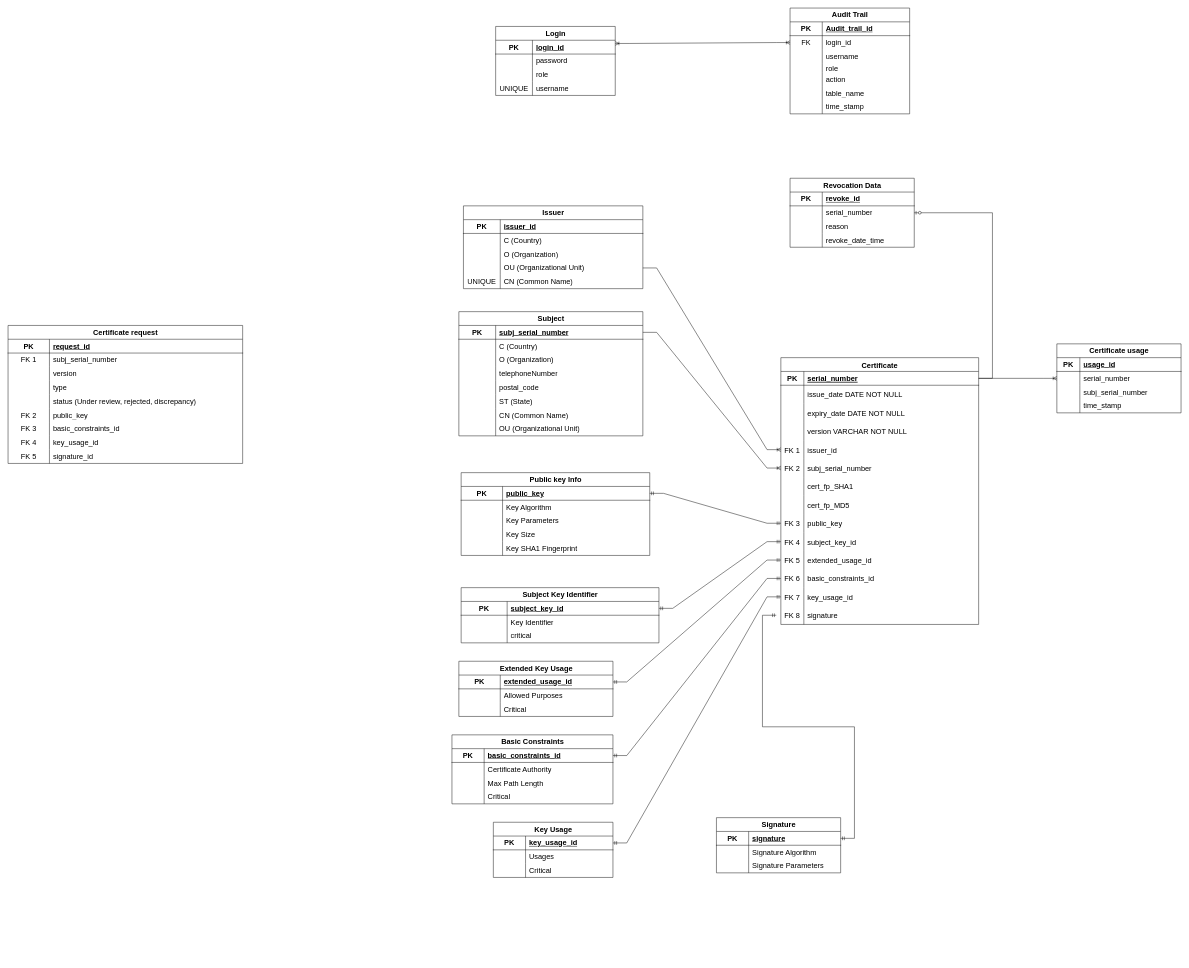
Above: Untitled Diagram.drawio in mimoneysh/DB_Design (draw.io), before the change. Source tidied: cells renumbered, new cells numbered last; positions are measured from the earlier drawing's top-left corner, leaving out a move shared by most shapes. Both pictures are drawn from the tidied source at 46%, with x=0, y=0 at pixel (8, 8).
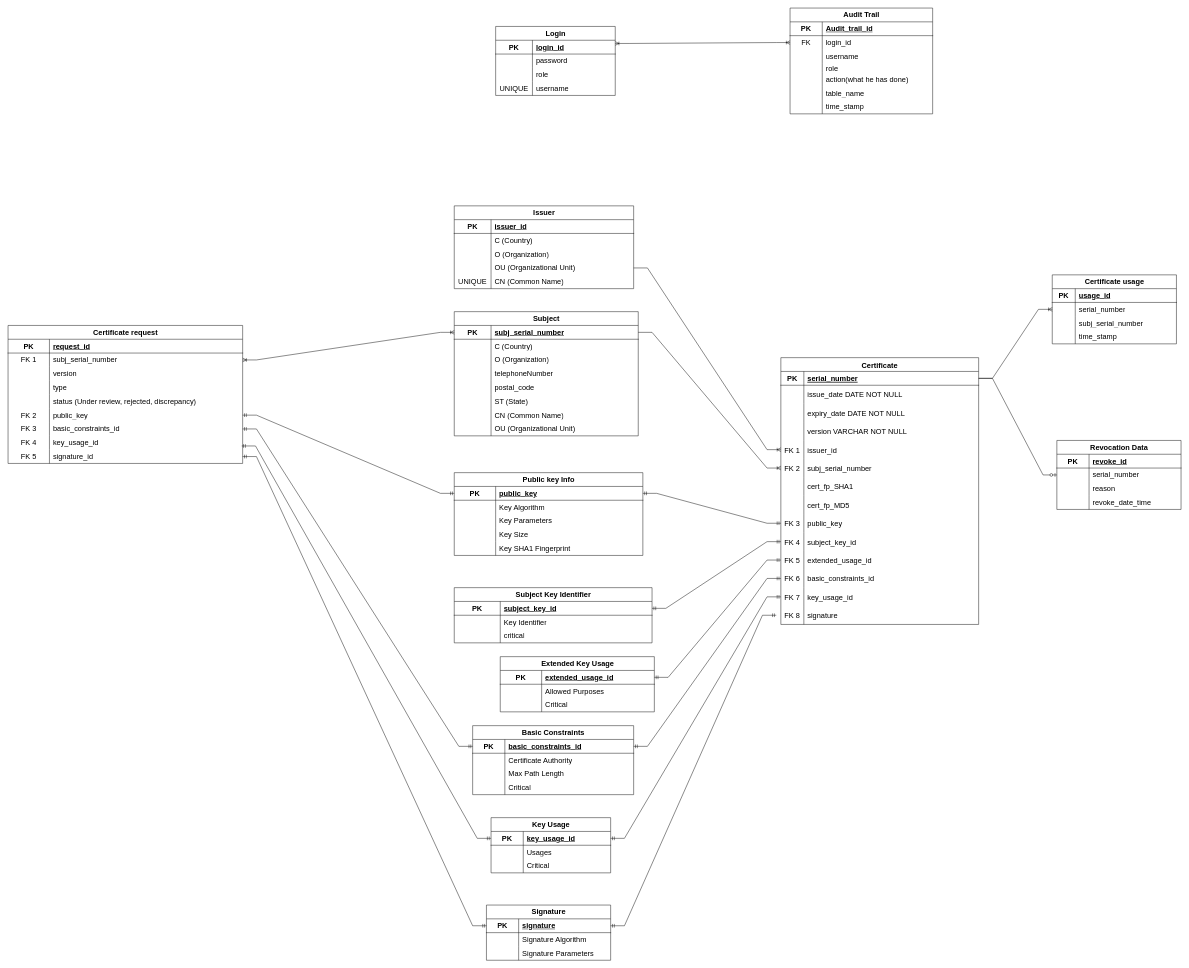
After the change.

Unchanged cells that the change refers to:
```xml
<mxCell id="3" style="shape=partialRectangle;fillColor=none;points=[[0,0.5],[1,0.5]];portConstraint=eastwest;top=0;left=0;right=0;bottom=1;fontSize=16;" parent="2" vertex="1">
  <mxGeometry y="30" width="430" height="30" as="geometry" />
</mxCell>
<mxCell id="46" style="shape=tableRow;horizontal=0;startSize=0;swimlaneHead=0;swimlaneBody=0;fillColor=none;points=[[0,0.5],[1,0.5]];portConstraint=eastwest;top=0;left=0;right=0;bottom=1;fontSize=16;" parent="45" vertex="1">
  <mxGeometry y="30" width="400" height="30" as="geometry" />
</mxCell>
<mxCell id="87" style="shape=tableRow;horizontal=0;startSize=0;swimlaneHead=0;swimlaneBody=0;fillColor=none;points=[[0,0.5],[1,0.5]];portConstraint=eastwest;top=0;left=0;right=0;bottom=1;fontSize=16;" parent="86" vertex="1">
  <mxGeometry y="30" width="410" height="30" as="geometry" />
</mxCell>
<mxCell id="113" style="shape=tableRow;horizontal=0;startSize=0;swimlaneHead=0;swimlaneBody=0;fillColor=none;points=[[0,0.5],[1,0.5]];portConstraint=eastwest;top=0;left=0;right=0;bottom=1;fontSize=16;" parent="112" vertex="1">
  <mxGeometry y="30" width="350" height="30" as="geometry" />
</mxCell>
<mxCell id="136" style="shape=tableRow;horizontal=0;startSize=0;swimlaneHead=0;swimlaneBody=0;fillColor=none;points=[[0,0.5],[1,0.5]];portConstraint=eastwest;top=0;left=0;right=0;bottom=1;fontSize=16;" parent="135" vertex="1">
  <mxGeometry y="30" width="260" height="30" as="geometry" />
</mxCell>
<mxCell id="146" style="shape=tableRow;horizontal=0;startSize=0;swimlaneHead=0;swimlaneBody=0;fillColor=none;points=[[0,0.5],[1,0.5]];portConstraint=eastwest;top=0;left=0;right=0;bottom=1;fontSize=16;" parent="145" vertex="1">
  <mxGeometry y="30" width="270" height="30" as="geometry" />
</mxCell>
<mxCell id="159" style="shape=tableRow;horizontal=0;startSize=0;swimlaneHead=0;swimlaneBody=0;fillColor=none;points=[[0,0.5],[1,0.5]];portConstraint=eastwest;top=0;left=0;right=0;bottom=0;fontSize=16;" parent="155" vertex="1">
  <mxGeometry y="60" width="510" height="30" as="geometry" />
</mxCell>
<mxCell id="171" style="shape=tableRow;horizontal=0;startSize=0;swimlaneHead=0;swimlaneBody=0;fillColor=none;points=[[0,0.5],[1,0.5]];portConstraint=eastwest;top=0;left=0;right=0;bottom=0;fontSize=16;" parent="155" vertex="1">
  <mxGeometry y="180" width="510" height="30" as="geometry" />
</mxCell>
<mxCell id="174" style="shape=tableRow;horizontal=0;startSize=0;swimlaneHead=0;swimlaneBody=0;fillColor=none;points=[[0,0.5],[1,0.5]];portConstraint=eastwest;top=0;left=0;right=0;bottom=0;fontSize=16;" parent="155" vertex="1">
  <mxGeometry y="210" width="510" height="30" as="geometry" />
</mxCell>
<mxCell id="177" style="shape=tableRow;horizontal=0;startSize=0;swimlaneHead=0;swimlaneBody=0;fillColor=none;points=[[0,0.5],[1,0.5]];portConstraint=eastwest;top=0;left=0;right=0;bottom=0;fontSize=16;" parent="155" vertex="1">
  <mxGeometry y="240" width="510" height="30" as="geometry" />
</mxCell>
<mxCell id="180" style="shape=tableRow;horizontal=0;startSize=0;swimlaneHead=0;swimlaneBody=0;fillColor=none;points=[[0,0.5],[1,0.5]];portConstraint=eastwest;top=0;left=0;right=0;bottom=0;fontSize=16;" parent="155" vertex="1">
  <mxGeometry y="270" width="510" height="30" as="geometry" />
</mxCell>
<mxCell id="235" style="shape=tableRow;horizontal=0;startSize=0;swimlaneHead=0;swimlaneBody=0;fillColor=none;points=[[0,0.5],[1,0.5]];portConstraint=eastwest;top=0;left=0;right=0;bottom=0;fontSize=16;" parent="231" vertex="1">
  <mxGeometry y="60" width="270" height="30" as="geometry" />
</mxCell>
```

Change to the diagram source:
```diff
@@
     <mxCell id="45" value="Subject" style="shape=table;startSize=30;childLayout=tableLayout;rowLines=0;fontStyle=1;align=center;html=1;fontSize=16;" parent="1" vertex="1">
-      <mxGeometry x="980" y="660" width="400" height="270" as="geometry" />
+      <mxGeometry x="970" y="660" width="400" height="270" as="geometry" />
     </mxCell>
@@
     <mxCell id="70" value="Issuer" style="shape=table;startSize=30;childLayout=tableLayout;rowLines=0;fontStyle=1;align=center;html=1;fontSize=16;" parent="1" vertex="1">
-      <mxGeometry x="990" y="430" width="390" height="180" as="geometry" />
+      <mxGeometry x="970" y="430" width="390" height="180" as="geometry" />
     </mxCell>
@@
     <mxCell id="86" value="Public key Info" style="shape=table;startSize=30;childLayout=tableLayout;rowLines=0;fontStyle=1;align=center;html=1;fontSize=16;" parent="1" vertex="1">
-      <mxGeometry x="985" y="1010" width="410" height="180" as="geometry" />
+      <mxGeometry x="970" y="1010" width="410" height="180" as="geometry" />
     </mxCell>
@@
     <mxCell id="102" value="Subject Key Identifier" style="shape=table;startSize=30;childLayout=tableLayout;rowLines=0;fontStyle=1;align=center;html=1;fontSize=16;" parent="1" vertex="1">
-      <mxGeometry x="985" y="1260" width="430" height="120" as="geometry" />
+      <mxGeometry x="970" y="1260" width="430" height="120" as="geometry" />
     </mxCell>
@@
     <mxCell id="112" value="Basic Constraints" style="shape=table;startSize=30;childLayout=tableLayout;rowLines=0;fontStyle=1;align=center;html=1;fontSize=16;" parent="1" vertex="1">
-      <mxGeometry x="965" y="1580" width="350" height="150" as="geometry" />
+      <mxGeometry x="1010" y="1560" width="350" height="150" as="geometry" />
     </mxCell>
@@
     <mxCell id="125" value="Extended Key Usage" style="shape=table;startSize=30;childLayout=tableLayout;rowLines=0;fontStyle=1;align=center;html=1;fontSize=16;" parent="1" vertex="1">
-      <mxGeometry x="980" y="1420" width="335" height="120" as="geometry" />
+      <mxGeometry x="1070" y="1410" width="335" height="120" as="geometry" />
     </mxCell>
@@
     <mxCell id="135" value="Key Usage" style="shape=table;startSize=30;childLayout=tableLayout;rowLines=0;fontStyle=1;align=center;html=1;fontSize=16;" parent="1" vertex="1">
-      <mxGeometry x="1055" y="1770" width="260" height="120" as="geometry" />
+      <mxGeometry x="1050" y="1760" width="260" height="120" as="geometry" />
     </mxCell>
@@
     <mxCell id="145" value="Signature" style="shape=table;startSize=30;childLayout=tableLayout;rowLines=0;fontStyle=1;align=center;html=1;fontSize=16;" parent="1" vertex="1">
-      <mxGeometry x="1540" y="1760" width="270" height="120" as="geometry" />
+      <mxGeometry x="1040" y="1950" width="270" height="120" as="geometry" />
     </mxCell>
@@
     <mxCell id="196" value="Audit Trail" style="shape=table;startSize=30;childLayout=tableLayout;rowLines=0;fontStyle=1;align=center;html=1;fontSize=16;" parent="1" vertex="1">
-      <mxGeometry x="1700" width="260" height="230" as="geometry" />
+      <mxGeometry x="1700" width="310" height="230" as="geometry" />
     </mxCell>
     <mxCell id="197" style="shape=tableRow;horizontal=0;startSize=0;swimlaneHead=0;swimlaneBody=0;fillColor=none;top=0;left=0;right=0;bottom=1;fontSize=16;" parent="196" vertex="1">
-      <mxGeometry y="30" width="260" height="30" as="geometry" />
+      <mxGeometry y="30" width="310" height="30" as="geometry" />
     </mxCell>
@@
     <mxCell id="199" value="Audit_trail_id" style="shape=partialRectangle;fillColor=none;top=0;left=0;bottom=0;right=0;align=left;spacingLeft=6;fontStyle=5;overflow=hidden;whiteSpace=wrap;html=1;fontSize=16;" parent="197" vertex="1">
-      <mxGeometry x="70" width="190" height="30" as="geometry" />
+      <mxGeometry x="70" width="240" height="30" as="geometry" />
     </mxCell>
     <mxCell id="200" style="shape=tableRow;horizontal=0;startSize=0;swimlaneHead=0;swimlaneBody=0;fillColor=none;points=[[0,0.5],[1,0.5]];portConstraint=eastwest;top=0;left=0;right=0;bottom=0;fontSize=16;" parent="196" vertex="1">
-      <mxGeometry y="60" width="260" height="30" as="geometry" />
+      <mxGeometry y="60" width="310" height="30" as="geometry" />
     </mxCell>
@@
     <mxCell id="202" value="login_id" style="shape=partialRectangle;fillColor=none;top=0;left=0;bottom=0;right=0;align=left;spacingLeft=6;overflow=hidden;whiteSpace=wrap;html=1;fontSize=16;" parent="200" vertex="1">
-      <mxGeometry x="70" width="190" height="30" as="geometry" />
+      <mxGeometry x="70" width="240" height="30" as="geometry" />
     </mxCell>
     <mxCell id="203" style="shape=tableRow;horizontal=0;startSize=0;swimlaneHead=0;swimlaneBody=0;fillColor=none;top=0;left=0;right=0;bottom=0;fontSize=16;" parent="196" vertex="1">
-      <mxGeometry y="90" width="260" height="30" as="geometry" />
+      <mxGeometry y="90" width="310" height="30" as="geometry" />
     </mxCell>
@@
     <mxCell id="205" value="username" style="shape=partialRectangle;fillColor=none;top=0;left=0;bottom=0;right=0;align=left;spacingLeft=6;overflow=hidden;whiteSpace=wrap;html=1;fontSize=16;" parent="203" vertex="1">
-      <mxGeometry x="70" width="190" height="30" as="geometry" />
+      <mxGeometry x="70" width="240" height="30" as="geometry" />
     </mxCell>
     <mxCell id="206" style="shape=tableRow;horizontal=0;startSize=0;swimlaneHead=0;swimlaneBody=0;fillColor=none;top=0;left=0;right=0;bottom=0;fontSize=16;" parent="196" vertex="1">
-      <mxGeometry y="120" width="260" height="20" as="geometry" />
+      <mxGeometry y="120" width="310" height="20" as="geometry" />
     </mxCell>
@@
     <mxCell id="208" value="role" style="shape=partialRectangle;fillColor=none;top=0;left=0;bottom=0;right=0;align=left;spacingLeft=6;overflow=hidden;whiteSpace=wrap;html=1;fontSize=16;" parent="206" vertex="1">
-      <mxGeometry x="70" width="190" height="20" as="geometry" />
+      <mxGeometry x="70" width="240" height="20" as="geometry" />
     </mxCell>
     <mxCell id="209" style="shape=tableRow;horizontal=0;startSize=0;swimlaneHead=0;swimlaneBody=0;fillColor=none;top=0;left=0;right=0;bottom=0;fontSize=16;" parent="196" vertex="1">
-      <mxGeometry y="140" width="260" height="30" as="geometry" />
+      <mxGeometry y="140" width="310" height="30" as="geometry" />
     </mxCell>
@@
-    <mxCell id="211" value="action" style="shape=partialRectangle;fillColor=none;top=0;left=0;bottom=0;right=0;align=left;spacingLeft=6;overflow=hidden;whiteSpace=wrap;html=1;fontSize=16;" parent="209" vertex="1">
-      <mxGeometry x="70" width="190" height="30" as="geometry" />
+    <mxCell id="211" value="action(what he has done)" style="shape=partialRectangle;fillColor=none;top=0;left=0;bottom=0;right=0;align=left;spacingLeft=6;overflow=hidden;whiteSpace=wrap;html=1;fontSize=16;" parent="209" vertex="1">
+      <mxGeometry x="70" width="240" height="30" as="geometry" />
     </mxCell>
     <mxCell id="212" style="shape=tableRow;horizontal=0;startSize=0;swimlaneHead=0;swimlaneBody=0;fillColor=none;top=0;left=0;right=0;bottom=0;fontSize=16;" parent="196" vertex="1">
-      <mxGeometry y="170" width="260" height="30" as="geometry" />
+      <mxGeometry y="170" width="310" height="30" as="geometry" />
     </mxCell>
@@
     <mxCell id="214" value="table_name" style="shape=partialRectangle;fillColor=none;top=0;left=0;bottom=0;right=0;align=left;spacingLeft=6;overflow=hidden;whiteSpace=wrap;html=1;fontSize=16;" parent="212" vertex="1">
-      <mxGeometry x="70" width="190" height="30" as="geometry" />
+      <mxGeometry x="70" width="240" height="30" as="geometry" />
     </mxCell>
     <mxCell id="215" style="shape=tableRow;horizontal=0;startSize=0;swimlaneHead=0;swimlaneBody=0;fillColor=none;top=0;left=0;right=0;bottom=0;fontSize=16;" parent="196" vertex="1">
-      <mxGeometry y="200" width="260" height="30" as="geometry" />
+      <mxGeometry y="200" width="310" height="30" as="geometry" />
     </mxCell>
@@
     <mxCell id="217" value="time_stamp" style="shape=partialRectangle;fillColor=none;top=0;left=0;bottom=0;right=0;align=left;spacingLeft=6;overflow=hidden;whiteSpace=wrap;html=1;fontSize=16;" parent="215" vertex="1">
-      <mxGeometry x="70" width="190" height="30" as="geometry" />
+      <mxGeometry x="70" width="240" height="30" as="geometry" />
     </mxCell>
     <mxCell id="218" value="Certificate usage" style="shape=table;startSize=30;childLayout=tableLayout;rowLines=0;fontStyle=1;align=center;html=1;fontSize=16;" parent="1" vertex="1">
-      <mxGeometry x="2280" y="730" width="270" height="150" as="geometry" />
+      <mxGeometry x="2270" y="580" width="270" height="150" as="geometry" />
     </mxCell>
@@
     <mxCell id="231" value="Revocation Data" style="shape=table;startSize=30;childLayout=tableLayout;rowLines=0;fontStyle=1;align=center;html=1;fontSize=16;" parent="1" vertex="1">
-      <mxGeometry x="1700" y="370" width="270" height="150" as="geometry" />
+      <mxGeometry x="2280" y="940" width="270" height="150" as="geometry" />
     </mxCell>
@@
-    <mxCell id="254" style="edgeStyle=entityRelationEdgeStyle;fontSize=12;html=1;endArrow=ERzeroToOne;endFill=1;rounded=0;entryX=1;entryY=0.5;entryDx=0;entryDy=0;" parent="1" edge="1" source="3" target="235">
+    <mxCell id="254" style="edgeStyle=entityRelationEdgeStyle;fontSize=12;html=1;endArrow=ERzeroToOne;endFill=1;rounded=0;" parent="1" edge="1" source="3" target="235">
       <mxGeometry relative="1" as="geometry" />
     </mxCell>
+    <mxCell id="255" style="edgeStyle=entityRelationEdgeStyle;fontSize=12;html=1;endArrow=ERoneToMany;startArrow=ERoneToMany;rounded=0;exitX=1;exitY=0.5;exitDx=0;exitDy=0;entryX=0;entryY=0.5;entryDx=0;entryDy=0;" parent="1" edge="1" source="159" target="46">
+      <mxGeometry relative="1" as="geometry" />
+    </mxCell>
+    <mxCell id="256" style="edgeStyle=entityRelationEdgeStyle;fontSize=12;html=1;endArrow=ERmandOne;startArrow=ERmandOne;rounded=0;entryX=0;entryY=0.5;entryDx=0;entryDy=0;" parent="1" edge="1" source="171" target="87">
+      <mxGeometry relative="1" as="geometry" />
+    </mxCell>
+    <mxCell id="257" style="edgeStyle=entityRelationEdgeStyle;fontSize=12;html=1;endArrow=ERmandOne;startArrow=ERmandOne;rounded=0;" parent="1" edge="1" source="174" target="113">
+      <mxGeometry relative="1" as="geometry" />
+    </mxCell>
+    <mxCell id="258" style="edgeStyle=entityRelationEdgeStyle;fontSize=12;html=1;endArrow=ERmandOne;startArrow=ERmandOne;rounded=0;exitX=0.996;exitY=0.733;exitDx=0;exitDy=0;exitPerimeter=0;" parent="1" edge="1" source="177" target="136">
+      <mxGeometry relative="1" as="geometry" />
+    </mxCell>
+    <mxCell id="259" style="edgeStyle=entityRelationEdgeStyle;fontSize=12;html=1;endArrow=ERmandOne;startArrow=ERmandOne;rounded=0;" parent="1" edge="1" source="180" target="146">
+      <mxGeometry relative="1" as="geometry" />
+    </mxCell>
```
